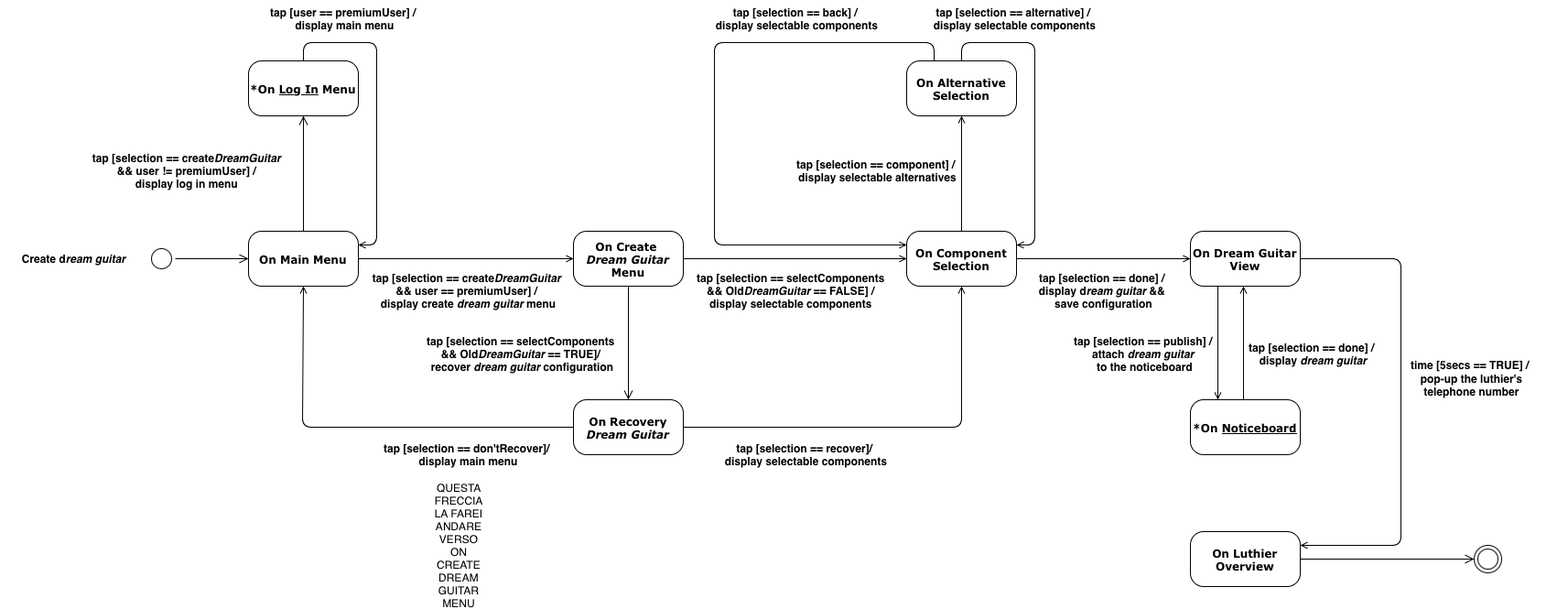
Above: diagrams/StateDiagramT.drawio.png in TizianoLilli/ISPW-Project (draw.io), before the change. Source tidied: cells renumbered, new cells last; positions are measured from the earlier drawing's top-left corner, leaving out a move shared by most shapes.
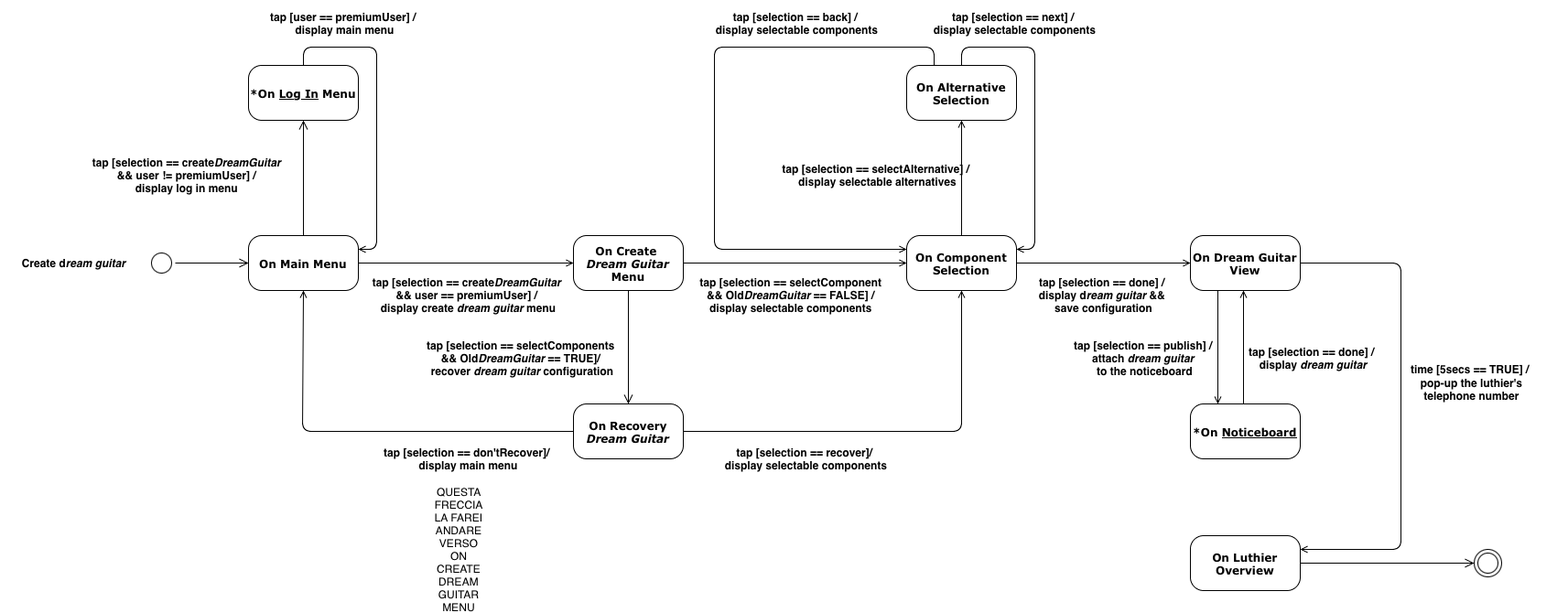
After the commit.

Change to the diagram source:
```diff
@@ -117,11 +117,11 @@
     <mxCell id="28" value="&lt;b&gt;tap [selection == create&lt;i&gt;DreamGuitar&lt;/i&gt;&amp;nbsp;&lt;/b&gt;&lt;div&gt;&lt;b&gt;&amp;amp;&amp;amp;&amp;nbsp;&lt;/b&gt;&lt;b style=&quot;background-color: initial;&quot;&gt;user == premiumUser] &lt;/b&gt;&lt;b style=&quot;background-color: initial;&quot;&gt;/&amp;nbsp;&lt;/b&gt;&lt;div&gt;&lt;div&gt;&lt;b&gt;display create &lt;i&gt;dream guitar&lt;/i&gt; menu&lt;/b&gt;&lt;/div&gt;&lt;/div&gt;&lt;/div&gt;" style="text;html=1;align=center;verticalAlign=middle;strokeColor=none;fillColor=none;" parent="1" vertex="1">
       <mxGeometry x="386" y="287" width="230" height="60" as="geometry" />
     </mxCell>
-    <mxCell id="29" value="&lt;b&gt;tap [selection == component] /&amp;nbsp;&lt;/b&gt;&lt;div&gt;&lt;b&gt;display&amp;nbsp;&lt;/b&gt;&lt;span style=&quot;background-color: initial;&quot;&gt;&lt;b&gt;selectable&amp;nbsp;&lt;/b&gt;&lt;/span&gt;&lt;b style=&quot;background-color: initial;&quot;&gt;alternatives&lt;/b&gt;&lt;/div&gt;" style="text;html=1;align=center;verticalAlign=middle;strokeColor=none;fillColor=none;" parent="1" vertex="1">
-      <mxGeometry x="848" y="166" width="200" height="40" as="geometry" />
+    <mxCell id="29" value="&lt;b&gt;tap [selection == selectAlternative] /&amp;nbsp;&lt;/b&gt;&lt;div&gt;&lt;b&gt;display&amp;nbsp;&lt;/b&gt;&lt;span style=&quot;background-color: initial;&quot;&gt;&lt;b&gt;selectable&amp;nbsp;&lt;/b&gt;&lt;/span&gt;&lt;b style=&quot;background-color: initial;&quot;&gt;alternatives&lt;/b&gt;&lt;/div&gt;" style="text;html=1;align=center;verticalAlign=middle;strokeColor=none;fillColor=none;" parent="1" vertex="1">
+      <mxGeometry x="788" y="161" width="320" height="50" as="geometry" />
     </mxCell>
-    <mxCell id="30" value="&lt;b&gt;tap [selection == alternative] /&amp;nbsp;&lt;/b&gt;&lt;div&gt;&lt;b&gt;display&amp;nbsp;&lt;/b&gt;&lt;span style=&quot;background-color: initial;&quot;&gt;&lt;b&gt;selectable&amp;nbsp;&lt;/b&gt;&lt;/span&gt;&lt;b style=&quot;background-color: initial;&quot;&gt;components&lt;/b&gt;&lt;/div&gt;" style="text;html=1;align=center;verticalAlign=middle;strokeColor=none;fillColor=none;" parent="1" vertex="1">
-      <mxGeometry x="998" width="200" height="40" as="geometry" />
+    <mxCell id="30" value="&lt;b&gt;tap [selection == next] /&amp;nbsp;&lt;/b&gt;&lt;div&gt;&lt;b&gt;display&amp;nbsp;&lt;/b&gt;&lt;span style=&quot;background-color: initial;&quot;&gt;&lt;b&gt;selectable&amp;nbsp;&lt;/b&gt;&lt;/span&gt;&lt;b style=&quot;background-color: initial;&quot;&gt;components&lt;/b&gt;&lt;/div&gt;" style="text;html=1;align=center;verticalAlign=middle;strokeColor=none;fillColor=none;" parent="1" vertex="1">
+      <mxGeometry x="963" y="-5" width="270" height="50" as="geometry" />
     </mxCell>
     <mxCell id="31" value="&lt;b&gt;tap [selection == done] /&amp;nbsp;&lt;/b&gt;&lt;div&gt;&lt;b&gt;display d&lt;i&gt;ream guitar &lt;/i&gt;&amp;amp;&amp;amp;&amp;nbsp;&lt;/b&gt;&lt;/div&gt;&lt;div&gt;&lt;b&gt;save configuration&lt;/b&gt;&lt;/div&gt;" style="text;html=1;align=center;verticalAlign=middle;strokeColor=none;fillColor=none;" parent="1" vertex="1">
       <mxGeometry x="1115" y="287" width="160" height="60" as="geometry" />
@@ -147,8 +147,8 @@
     <mxCell id="38" value="&lt;b&gt;On Create&amp;nbsp;&lt;/b&gt;&lt;div&gt;&lt;b&gt;&lt;i&gt;Dream Guitar &lt;/i&gt;Menu&lt;/b&gt;&lt;/div&gt;" style="rounded=1;whiteSpace=wrap;html=1;arcSize=24;shadow=0;comic=0;labelBackgroundColor=none;fontFamily=Verdana;fontSize=12;align=center;" parent="1" vertex="1">
       <mxGeometry x="616" y="252" width="120" height="60" as="geometry" />
     </mxCell>
-    <mxCell id="39" value="&lt;b&gt;tap [&lt;/b&gt;&lt;b&gt;selection == selectComponents&amp;nbsp;&lt;br&gt;&lt;/b&gt;&lt;b style=&quot;background-color: initial;&quot;&gt;&amp;amp;&amp;amp;&amp;nbsp;&lt;/b&gt;&lt;b style=&quot;background-color: initial;&quot;&gt;Old&lt;i&gt;DreamGuitar &lt;/i&gt;== FALSE&lt;/b&gt;&lt;b style=&quot;background-color: initial;&quot;&gt;] &lt;/b&gt;&lt;b style=&quot;background-color: initial;&quot;&gt;/&amp;nbsp;&lt;/b&gt;&lt;div&gt;&lt;div&gt;&lt;div&gt;&lt;b&gt;display&amp;nbsp;&lt;/b&gt;&lt;span style=&quot;background-color: initial;&quot;&gt;&lt;b&gt;selectable&amp;nbsp;&lt;/b&gt;&lt;/span&gt;&lt;b style=&quot;background-color: initial;&quot;&gt;components&amp;nbsp;&lt;/b&gt;&lt;/div&gt;&lt;/div&gt;&lt;/div&gt;" style="text;html=1;align=center;verticalAlign=middle;strokeColor=none;fillColor=none;" parent="1" vertex="1">
-      <mxGeometry x="740" y="287" width="230" height="60" as="geometry" />
+    <mxCell id="39" value="&lt;b&gt;tap [&lt;/b&gt;&lt;b&gt;selection == selectComponent&amp;nbsp;&lt;br&gt;&lt;/b&gt;&lt;b style=&quot;background-color: initial;&quot;&gt;&amp;amp;&amp;amp;&amp;nbsp;&lt;/b&gt;&lt;b style=&quot;background-color: initial;&quot;&gt;Old&lt;i&gt;DreamGuitar &lt;/i&gt;== FALSE&lt;/b&gt;&lt;b style=&quot;background-color: initial;&quot;&gt;] &lt;/b&gt;&lt;b style=&quot;background-color: initial;&quot;&gt;/&amp;nbsp;&lt;/b&gt;&lt;div&gt;&lt;div&gt;&lt;div&gt;&lt;b&gt;display&amp;nbsp;&lt;/b&gt;&lt;span style=&quot;background-color: initial;&quot;&gt;&lt;b&gt;selectable&amp;nbsp;&lt;/b&gt;&lt;/span&gt;&lt;b style=&quot;background-color: initial;&quot;&gt;components&amp;nbsp;&lt;/b&gt;&lt;/div&gt;&lt;/div&gt;&lt;/div&gt;" style="text;html=1;align=center;verticalAlign=middle;strokeColor=none;fillColor=none;" parent="1" vertex="1">
+      <mxGeometry x="700" y="282" width="310" height="70" as="geometry" />
     </mxCell>
     <mxCell id="40" value="&lt;b&gt;tap [&lt;/b&gt;&lt;b&gt;selection == recover&lt;/b&gt;&lt;b&gt;]&lt;/b&gt;&lt;b style=&quot;background-color: initial;&quot;&gt;/&amp;nbsp;&lt;/b&gt;&lt;div&gt;&lt;b&gt;display&amp;nbsp;&lt;/b&gt;&lt;span style=&quot;background-color: initial;&quot;&gt;&lt;b&gt;selectable&amp;nbsp;&lt;/b&gt;&lt;/span&gt;&lt;b style=&quot;background-color: initial;&quot;&gt;components&lt;/b&gt;&lt;/div&gt;" style="text;html=1;align=center;verticalAlign=middle;strokeColor=none;fillColor=none;" parent="1" vertex="1">
       <mxGeometry x="770" y="476" width="200" height="40" as="geometry" />
```
